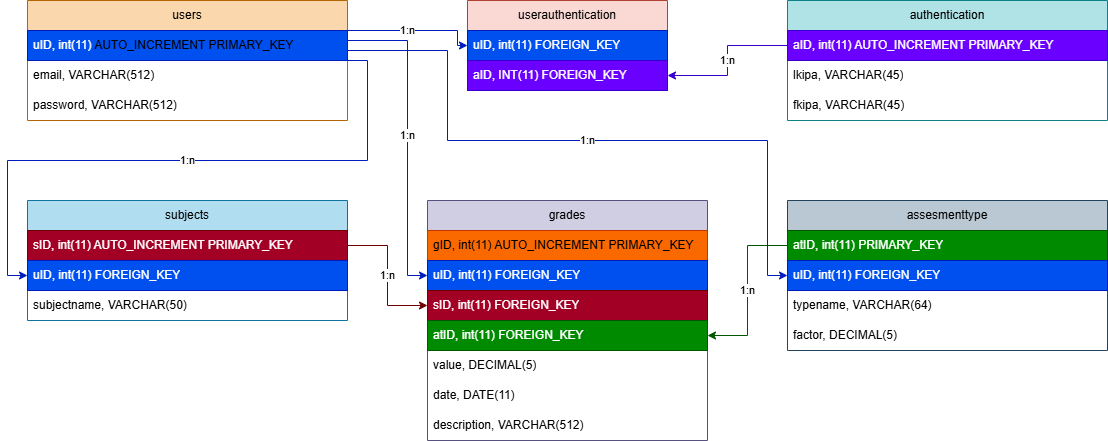
Above: database/GradeLens-Database.png in vrsestudio/GradeLens (draw.io), before the change. Source tidied: cells renumbered, new cells last; positions are measured from the earlier drawing's top-left corner, leaving out a move shared by most shapes.
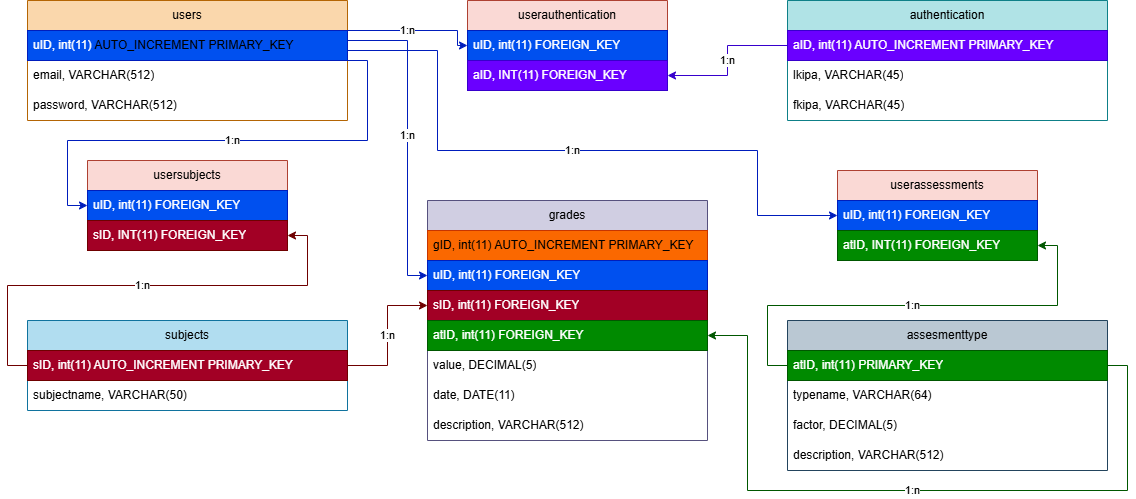
Later version of the same file.

Commit message:
Database Creation Image Update

What changed in the source:
```diff
@@ -35,17 +35,17 @@
     <mxCell id="12" value="aID, INT(11) FOREIGN_KEY" style="text;strokeColor=#3700CC;fillColor=#6a00ff;align=left;verticalAlign=middle;spacingLeft=4;spacingRight=4;overflow=hidden;points=[[0,0.5],[1,0.5]];portConstraint=eastwest;whiteSpace=wrap;html=1;fontColor=#ffffff;" parent="10" vertex="1">
       <mxGeometry y="60" width="200" height="30" as="geometry" />
     </mxCell>
+    <mxCell id="37" value="1:n" style="edgeStyle=orthogonalEdgeStyle;rounded=0;jettySize=auto;html=1;exitX=0;exitY=0.5;exitDx=0;exitDy=0;entryX=1;entryY=0.5;entryDx=0;entryDy=0;fillColor=#a20025;strokeColor=#6F0000;" parent="1" edge="1" source="13" target="41">
+      <mxGeometry relative="1" as="geometry" />
+    </mxCell>
     <mxCell id="13" value="subjects" style="swimlane;fontStyle=0;horizontal=1;startSize=30;whiteSpace=wrap;html=1;fillColor=#b1ddf0;strokeColor=#10739e;" parent="1" vertex="1">
-      <mxGeometry x="20" y="200" width="320" height="120" as="geometry" />
+      <mxGeometry x="20" y="320" width="320" height="90" as="geometry" />
     </mxCell>
     <mxCell id="14" value="sID, int(11) AUTO_INCREMENT PRIMARY_KEY" style="text;strokeColor=#6F0000;fillColor=#a20025;align=left;verticalAlign=middle;spacingLeft=4;spacingRight=4;overflow=hidden;points=[[0,0.5],[1,0.5]];portConstraint=eastwest;whiteSpace=wrap;html=1;fontColor=#ffffff;" parent="13" vertex="1">
       <mxGeometry y="30" width="320" height="30" as="geometry" />
     </mxCell>
-    <mxCell id="15" value="uID, int(11) FOREIGN_KEY" style="text;strokeColor=#001DBC;fillColor=#0050ef;align=left;verticalAlign=middle;spacingLeft=4;spacingRight=4;overflow=hidden;points=[[0,0.5],[1,0.5]];portConstraint=eastwest;whiteSpace=wrap;html=1;fontColor=#ffffff;" parent="13" vertex="1">
-      <mxGeometry y="60" width="320" height="30" as="geometry" />
-    </mxCell>
     <mxCell id="16" value="subjectname, VARCHAR(50)" style="text;strokeColor=none;fillColor=none;align=left;verticalAlign=middle;spacingLeft=4;spacingRight=4;overflow=hidden;whiteSpace=wrap;html=1;" parent="13" vertex="1">
-      <mxGeometry y="90" width="320" height="30" as="geometry" />
+      <mxGeometry y="60" width="320" height="30" as="geometry" />
     </mxCell>
     <mxCell id="17" value="&lt;div&gt;grades&lt;/div&gt;" style="swimlane;fontStyle=0;horizontal=1;startSize=30;whiteSpace=wrap;html=1;fillColor=#d0cee2;strokeColor=#56517e;" parent="1" vertex="1">
       <mxGeometry x="420" y="200" width="280" height="240" as="geometry" />
@@ -72,20 +72,20 @@
       <mxGeometry y="210" width="280" height="30" as="geometry" />
     </mxCell>
     <mxCell id="25" value="assesmenttype" style="swimlane;fontStyle=0;horizontal=1;startSize=30;whiteSpace=wrap;html=1;fillColor=#bac8d3;strokeColor=#23445d;" parent="1" vertex="1">
-      <mxGeometry x="780" y="200" width="320" height="150" as="geometry" />
+      <mxGeometry x="780" y="320" width="320" height="150" as="geometry" />
     </mxCell>
     <mxCell id="26" value="atID, int(11) PRIMARY_KEY" style="text;strokeColor=#005700;fillColor=#008a00;align=left;verticalAlign=middle;spacingLeft=4;spacingRight=4;overflow=hidden;points=[[0,0.5],[1,0.5]];portConstraint=eastwest;whiteSpace=wrap;html=1;fontColor=#ffffff;" parent="25" vertex="1">
       <mxGeometry y="30" width="320" height="30" as="geometry" />
     </mxCell>
-    <mxCell id="27" value="uID, int(11) FOREIGN_KEY" style="text;strokeColor=#001DBC;fillColor=#0050ef;align=left;verticalAlign=middle;spacingLeft=4;spacingRight=4;overflow=hidden;points=[[0,0.5],[1,0.5]];portConstraint=eastwest;whiteSpace=wrap;html=1;fontColor=#ffffff;" parent="25" vertex="1">
-      <mxGeometry y="60" width="320" height="30" as="geometry" />
-    </mxCell>
     <mxCell id="28" value="typename, VARCHAR(64)" style="text;strokeColor=none;fillColor=none;align=left;verticalAlign=middle;spacingLeft=4;spacingRight=4;overflow=hidden;whiteSpace=wrap;html=1;" parent="25" vertex="1">
-      <mxGeometry y="90" width="320" height="30" as="geometry" />
+      <mxGeometry y="60" width="320" height="30" as="geometry" />
     </mxCell>
     <mxCell id="29" value="factor, DECIMAL(5)" style="text;strokeColor=none;fillColor=none;align=left;verticalAlign=middle;spacingLeft=4;spacingRight=4;overflow=hidden;whiteSpace=wrap;html=1;" parent="25" vertex="1">
-      <mxGeometry y="120" width="320" height="30" as="geometry" />
+      <mxGeometry y="90" width="320" height="30" as="geometry" />
     </mxCell>
+    <mxCell id="38" value="description, VARCHAR(512)" style="text;strokeColor=none;fillColor=none;align=left;verticalAlign=middle;spacingLeft=4;spacingRight=4;overflow=hidden;whiteSpace=wrap;html=1;" parent="25" vertex="1">
+      <mxGeometry y="120" width="320" height="30" as="geometry" />
+    </mxCell>
     <mxCell id="30" value="1:n" style="edgeStyle=orthogonalEdgeStyle;rounded=0;jettySize=auto;html=1;exitX=1;exitY=0.5;exitDx=0;exitDy=0;entryX=0;entryY=0.5;entryDx=0;entryDy=0;fillColor=#0050ef;strokeColor=#001DBC;" parent="1" edge="1" source="3" target="11">
       <mxGeometry relative="1" as="geometry">
         <Array as="points">
@@ -98,31 +98,6 @@
     <mxCell id="31" value="1:n" style="edgeStyle=orthogonalEdgeStyle;rounded=0;jettySize=auto;html=1;exitX=0;exitY=0.5;exitDx=0;exitDy=0;entryX=1;entryY=0.5;entryDx=0;entryDy=0;fillColor=#6a00ff;strokeColor=#3700CC;" parent="1" edge="1" source="7" target="12">
       <mxGeometry relative="1" as="geometry" />
     </mxCell>
-    <mxCell id="32" value="1:n" style="edgeStyle=orthogonalEdgeStyle;rounded=0;jettySize=auto;html=1;exitX=0;exitY=0.5;exitDx=0;exitDy=0;entryX=1;entryY=0.5;entryDx=0;entryDy=0;fillColor=#008a00;strokeColor=#005700;" parent="1" edge="1" source="26" target="21">
-      <mxGeometry relative="1" as="geometry" />
-    </mxCell>
-    <mxCell id="33" value="1:n" style="edgeStyle=orthogonalEdgeStyle;rounded=0;jettySize=auto;html=1;exitX=1;exitY=0.5;exitDx=0;exitDy=0;entryX=0;entryY=0.5;entryDx=0;entryDy=0;fillColor=#0050ef;strokeColor=#001DBC;" parent="1" edge="1" source="3" target="27">
-      <mxGeometry relative="1" as="geometry">
-        <Array as="points">
-          <mxPoint x="340" y="50" />
-          <mxPoint x="440" y="50" />
-          <mxPoint x="440" y="140" />
-          <mxPoint x="760" y="140" />
-          <mxPoint x="760" y="275" />
-        </Array>
-      </mxGeometry>
-    </mxCell>
-    <mxCell id="34" value="1:n" style="edgeStyle=orthogonalEdgeStyle;rounded=0;jettySize=auto;html=1;exitX=1;exitY=0.5;exitDx=0;exitDy=0;entryX=0;entryY=0.5;entryDx=0;entryDy=0;fillColor=#0050ef;strokeColor=#001DBC;" parent="1" edge="1" source="3" target="15">
-      <mxGeometry relative="1" as="geometry">
-        <Array as="points">
-          <mxPoint x="340" y="60" />
-          <mxPoint x="360" y="60" />
-          <mxPoint x="360" y="160" />
-          <mxPoint y="160" />
-          <mxPoint y="275" />
-        </Array>
-      </mxGeometry>
-    </mxCell>
     <mxCell id="35" value="1:n" style="edgeStyle=orthogonalEdgeStyle;rounded=0;jettySize=auto;html=1;exitX=1;exitY=0.5;exitDx=0;exitDy=0;entryX=0;entryY=0.5;entryDx=0;entryDy=0;fillColor=#a20025;strokeColor=#6F0000;" parent="1" edge="1" source="14" target="20">
       <mxGeometry relative="1" as="geometry" />
     </mxCell>
@@ -135,5 +110,58 @@
         </Array>
       </mxGeometry>
     </mxCell>
+    <mxCell id="39" value="usersubjects" style="swimlane;fontStyle=0;horizontal=1;startSize=30;whiteSpace=wrap;html=1;fillColor=#fad9d5;strokeColor=#ae4132;" parent="1" vertex="1">
+      <mxGeometry x="80" y="160" width="200" height="90" as="geometry" />
+    </mxCell>
+    <mxCell id="40" value="uID, int(11) FOREIGN_KEY" style="text;strokeColor=#001DBC;fillColor=#0050ef;align=left;verticalAlign=middle;spacingLeft=4;spacingRight=4;overflow=hidden;whiteSpace=wrap;html=1;fontColor=#ffffff;" parent="39" vertex="1">
+      <mxGeometry y="30" width="200" height="30" as="geometry" />
+    </mxCell>
+    <mxCell id="41" value="sID, INT(11) FOREIGN_KEY" style="text;strokeColor=#6F0000;fillColor=#a20025;align=left;verticalAlign=middle;spacingLeft=4;spacingRight=4;overflow=hidden;points=[[0,0.5],[1,0.5]];portConstraint=eastwest;whiteSpace=wrap;html=1;fontColor=#ffffff;" parent="39" vertex="1">
+      <mxGeometry y="60" width="200" height="30" as="geometry" />
+    </mxCell>
+    <mxCell id="42" value="1:n" style="edgeStyle=orthogonalEdgeStyle;rounded=0;jettySize=auto;html=1;exitX=1;exitY=0.5;exitDx=0;exitDy=0;entryX=0;entryY=0.5;entryDx=0;entryDy=0;fillColor=#0050ef;strokeColor=#001DBC;" parent="1" edge="1" source="3" target="39">
+      <mxGeometry relative="1" as="geometry">
+        <Array as="points">
+          <mxPoint x="340" y="60" />
+          <mxPoint x="360" y="60" />
+          <mxPoint x="360" y="140" />
+          <mxPoint x="60" y="140" />
+          <mxPoint x="60" y="205" />
+        </Array>
+      </mxGeometry>
+    </mxCell>
+    <mxCell id="43" value="userassessments" style="swimlane;fontStyle=0;horizontal=1;startSize=30;whiteSpace=wrap;html=1;fillColor=#fad9d5;strokeColor=#ae4132;" parent="1" vertex="1">
+      <mxGeometry x="830" y="170" width="200" height="90" as="geometry" />
+    </mxCell>
+    <mxCell id="44" value="uID, int(11) FOREIGN_KEY" style="text;strokeColor=#001DBC;fillColor=#0050ef;align=left;verticalAlign=middle;spacingLeft=4;spacingRight=4;overflow=hidden;whiteSpace=wrap;html=1;fontColor=#ffffff;" parent="43" vertex="1">
+      <mxGeometry y="30" width="200" height="30" as="geometry" />
+    </mxCell>
+    <mxCell id="45" value="atID, INT(11) FOREIGN_KEY" style="text;strokeColor=#005700;fillColor=#008a00;align=left;verticalAlign=middle;spacingLeft=4;spacingRight=4;overflow=hidden;points=[[0,0.5],[1,0.5]];portConstraint=eastwest;whiteSpace=wrap;html=1;fontColor=#ffffff;" parent="43" vertex="1">
+      <mxGeometry y="60" width="200" height="30" as="geometry" />
+    </mxCell>
+    <mxCell id="46" value="1:n" style="edgeStyle=orthogonalEdgeStyle;rounded=0;jettySize=auto;html=1;exitX=1;exitY=0.5;exitDx=0;exitDy=0;entryX=0;entryY=0.5;entryDx=0;entryDy=0;fillColor=#0050ef;strokeColor=#001DBC;" parent="1" edge="1" source="3" target="43">
+      <mxGeometry relative="1" as="geometry">
+        <Array as="points">
+          <mxPoint x="340" y="50" />
+          <mxPoint x="430" y="50" />
+          <mxPoint x="430" y="150" />
+          <mxPoint x="750" y="150" />
+          <mxPoint x="750" y="215" />
+        </Array>
+      </mxGeometry>
+    </mxCell>
+    <mxCell id="47" value="1:n" style="edgeStyle=orthogonalEdgeStyle;rounded=0;jettySize=auto;html=1;exitX=1;exitY=0.5;exitDx=0;exitDy=0;entryX=1;entryY=0.5;entryDx=0;entryDy=0;fillColor=#008a00;strokeColor=#005700;" parent="1" edge="1" source="26" target="21">
+      <mxGeometry relative="1" as="geometry">
+        <Array as="points">
+          <mxPoint x="1120" y="365" />
+          <mxPoint x="1120" y="490" />
+          <mxPoint x="740" y="490" />
+          <mxPoint x="740" y="335" />
+        </Array>
+      </mxGeometry>
+    </mxCell>
+    <mxCell id="32" value="1:n" style="edgeStyle=orthogonalEdgeStyle;rounded=0;jettySize=auto;html=1;exitX=0;exitY=0.5;exitDx=0;exitDy=0;entryX=1;entryY=0.5;entryDx=0;entryDy=0;fillColor=#008a00;strokeColor=#005700;" parent="1" edge="1" source="26" target="45">
+      <mxGeometry relative="1" as="geometry" />
+    </mxCell>
   </root>
 </mxGraphModel>
```
